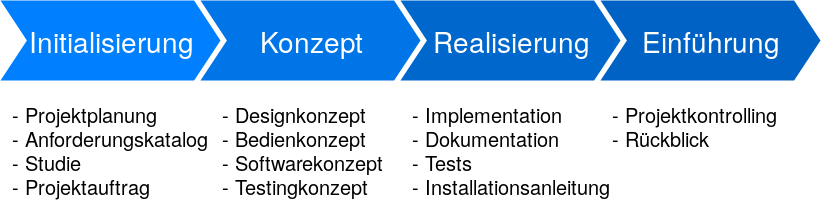
Earlier version of the draw.io export doc/abschluss-meeting-presentation/pictures/projektablauf.png (topaxi/diplomarbeit-tsbe). Source tidied: cells renumbered, new cells last; positions are measured from the earlier drawing's top-left corner, leaving out a move shared by most shapes. Its diagram source:
```xml
<mxGraphModel background="#ffffff">
  <root>
    <mxCell id="0" />
    <mxCell id="1" parent="0" />
    <mxCell id="2" value="Initialisierung" style="shape=step;whiteSpace=wrap;html=1;fontSize=28;fillColor=#0080FF;fontColor=#FFFFFF;strokeColor=none;size=0.12;" parent="1" vertex="1">
      <mxGeometry width="220" height="80" as="geometry" />
    </mxCell>
    <mxCell id="3" value="Konzept" style="shape=step;whiteSpace=wrap;html=1;fontSize=28;fillColor=#0075E8;fontColor=#FFFFFF;strokeColor=none;size=0.12;" parent="1" vertex="1">
      <mxGeometry x="200" width="220" height="80" as="geometry" />
    </mxCell>
    <mxCell id="4" value="Realisierung" style="shape=step;whiteSpace=wrap;html=1;fontSize=28;fillColor=#0067CC;fontColor=#FFFFFF;strokeColor=none;size=0.12;" parent="1" vertex="1">
      <mxGeometry x="400" width="220" height="80" as="geometry" />
    </mxCell>
    <mxCell id="5" value="Einführung" style="shape=step;whiteSpace=wrap;html=1;fontSize=28;fillColor=#0062C4;fontColor=#FFFFFF;strokeColor=none;size=0.12;" parent="1" vertex="1">
      <mxGeometry x="600" width="220" height="80" as="geometry" />
    </mxCell>
    <mxCell id="6" value="- Projektplanung&lt;br style=&quot;font-size: 20px;&quot;&gt;- Anforderungskatalog&lt;br style=&quot;font-size: 20px;&quot;&gt;- Studie&lt;br style=&quot;font-size: 20px;&quot;&gt;- Projektauftrag" style="text;spacingTop=-5;fillColor=#ffffff;whiteSpace=wrap;html=1;align=left;fontSize=20;fontFamily=Helvetica;fillColor=none;strokeColor=none;" parent="1" vertex="1">
      <mxGeometry x="10" y="100" width="200" height="120" as="geometry" />
    </mxCell>
    <mxCell id="7" value="&lt;div style=&quot;font-size: 20px;&quot;&gt;- Designkonzept&lt;/div&gt;&lt;div style=&quot;font-size: 20px;&quot;&gt;- Bedienkonzept&lt;/div&gt;- Softwarekonzept&lt;br style=&quot;font-size: 20px;&quot;&gt;- Testingkonzept&lt;br style=&quot;font-size: 20px;&quot;&gt;" style="text;spacingTop=-5;fillColor=#ffffff;whiteSpace=wrap;html=1;align=left;fontSize=20;fontFamily=Helvetica;fillColor=none;strokeColor=none;" parent="1" vertex="1">
      <mxGeometry x="220" y="100" width="180" height="120" as="geometry" />
    </mxCell>
    <mxCell id="8" value="&lt;div style=&quot;font-size: 20px;&quot;&gt;- Implementation&lt;/div&gt;&lt;div style=&quot;font-size: 20px;&quot;&gt;- Dokumentation&lt;/div&gt;&lt;div style=&quot;font-size: 20px;&quot;&gt;- Tests&lt;/div&gt;&lt;div style=&quot;font-size: 20px;&quot;&gt;- Installationsanleitung&lt;br style=&quot;font-size: 20px;&quot;&gt;&lt;/div&gt;" style="text;spacingTop=-5;fillColor=#ffffff;whiteSpace=wrap;html=1;align=left;fontSize=20;fontFamily=Helvetica;fillColor=none;strokeColor=none;" parent="1" vertex="1">
      <mxGeometry x="410" y="100" width="200" height="120" as="geometry" />
    </mxCell>
    <mxCell id="9" value="&lt;div style=&quot;font-size: 20px;&quot;&gt;- Projektkontrolling&lt;/div&gt;&lt;div style=&quot;font-size: 20px;&quot;&gt;- Rückblick&lt;br style=&quot;font-size: 20px;&quot;&gt;&lt;/div&gt;" style="text;spacingTop=-5;fillColor=#ffffff;whiteSpace=wrap;html=1;align=left;fontSize=20;fontFamily=Helvetica;fillColor=none;strokeColor=none;" parent="1" vertex="1">
      <mxGeometry x="610" y="100" width="180" height="120" as="geometry" />
    </mxCell>
  </root>
</mxGraphModel>
```
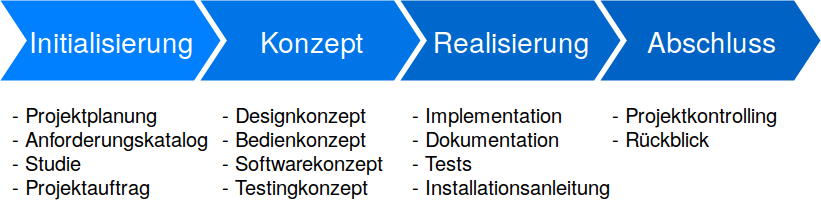
Later version of the same file.

The edit, as a diff of the source:
```diff
@@ -11,7 +11,7 @@
     <mxCell id="4" value="Realisierung" style="shape=step;whiteSpace=wrap;html=1;fontSize=28;fillColor=#0067CC;fontColor=#FFFFFF;strokeColor=none;size=0.12;" parent="1" vertex="1">
       <mxGeometry x="400" width="220" height="80" as="geometry" />
     </mxCell>
-    <mxCell id="5" value="Einführung" style="shape=step;whiteSpace=wrap;html=1;fontSize=28;fillColor=#0062C4;fontColor=#FFFFFF;strokeColor=none;size=0.12;" parent="1" vertex="1">
+    <mxCell id="5" value="Abschluss" style="shape=step;whiteSpace=wrap;html=1;fontSize=28;fillColor=#0062C4;fontColor=#FFFFFF;strokeColor=none;size=0.12;" parent="1" vertex="1">
       <mxGeometry x="600" width="220" height="80" as="geometry" />
     </mxCell>
     <mxCell id="6" value="- Projektplanung&lt;br style=&quot;font-size: 20px;&quot;&gt;- Anforderungskatalog&lt;br style=&quot;font-size: 20px;&quot;&gt;- Studie&lt;br style=&quot;font-size: 20px;&quot;&gt;- Projektauftrag" style="text;spacingTop=-5;fillColor=#ffffff;whiteSpace=wrap;html=1;align=left;fontSize=20;fontFamily=Helvetica;fillColor=none;strokeColor=none;" parent="1" vertex="1">
```
